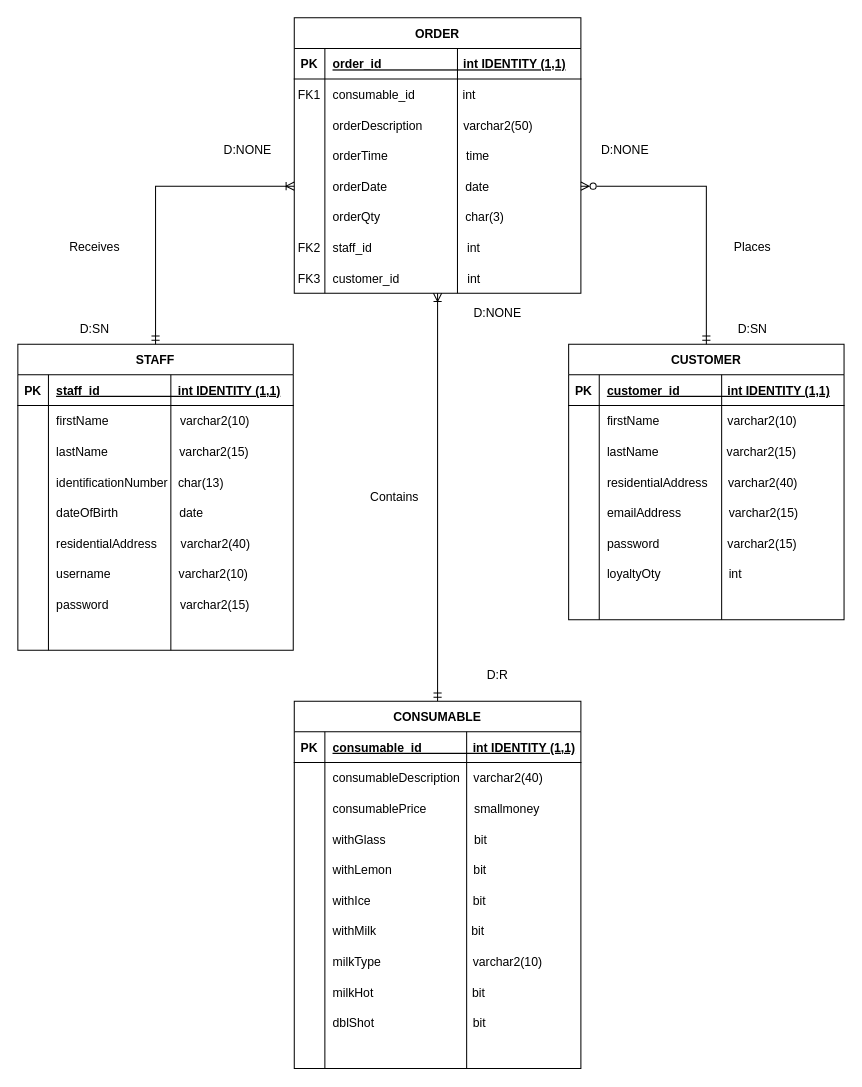
This is Physical_Data_Model.drawio from BeoVR6R/CMPG-223-Data-Model, a draw.io file, before an edit. Source tidied: cells renumbered, new cells numbered last; positions are measured from the earlier drawing's top-left corner, leaving out a move shared by most shapes. Both pictures are drawn from the tidied source at 102%, with x=0, y=0 at pixel (17, 17).
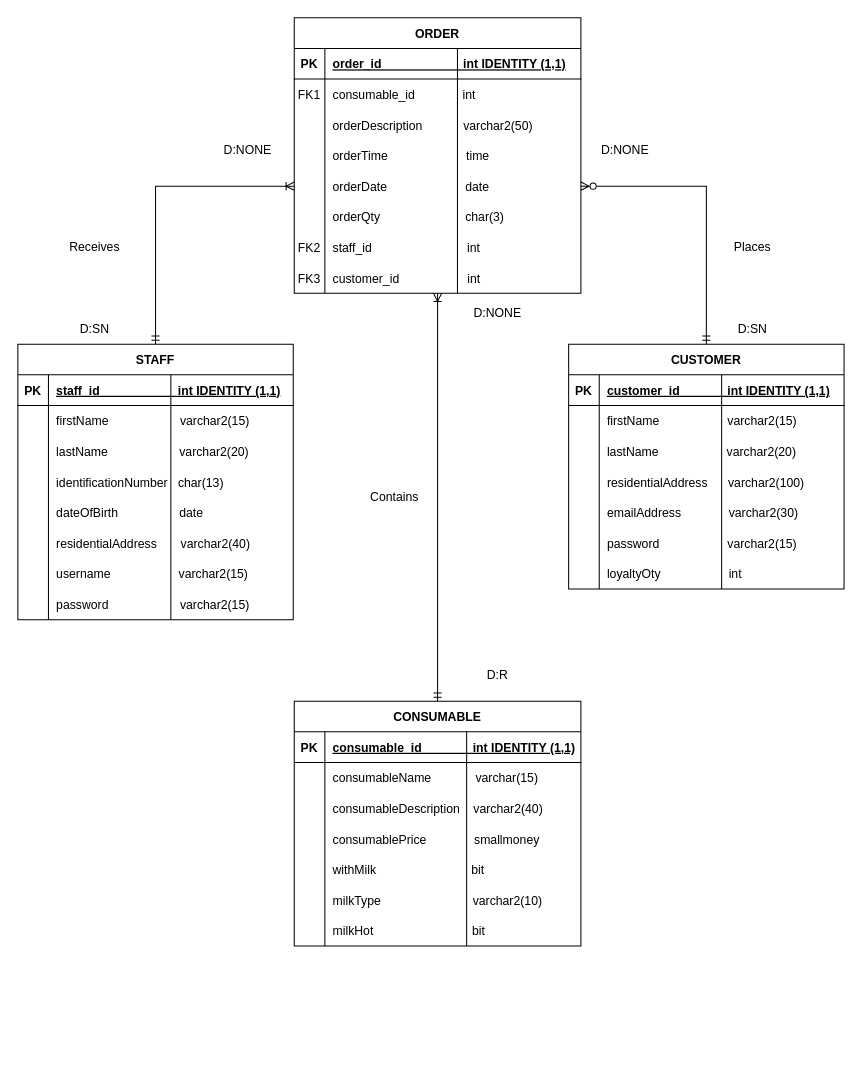
Above is the later version.

Unchanged cells that the change refers to:
```xml
<mxCell id="67" style="shape=partialRectangle;fillColor=none;top=0;left=0;right=0;bottom=0;" parent="63" vertex="1">
  <mxGeometry y="60" width="270" height="30" as="geometry" />
</mxCell>
<mxCell id="70" style="shape=partialRectangle;fillColor=none;top=0;left=0;right=0;bottom=0;" parent="63" vertex="1">
  <mxGeometry y="90" width="270" height="30" as="geometry" />
</mxCell>
<mxCell id="73" style="shape=partialRectangle;fillColor=none;top=0;left=0;right=0;bottom=0;" parent="63" vertex="1">
  <mxGeometry y="120" width="270" height="30" as="geometry" />
</mxCell>
<mxCell id="76" style="shape=partialRectangle;fillColor=none;top=0;left=0;right=0;bottom=0;" parent="63" vertex="1">
  <mxGeometry y="150" width="270" height="30" as="geometry" />
</mxCell>
<mxCell id="92" style="shape=partialRectangle;fillColor=none;top=0;left=0;right=0;bottom=0;" parent="88" vertex="1">
  <mxGeometry y="60" width="270" height="30" as="geometry" />
</mxCell>
<mxCell id="95" style="shape=partialRectangle;fillColor=none;top=0;left=0;right=0;bottom=0;" parent="88" vertex="1">
  <mxGeometry y="90" width="270" height="30" as="geometry" />
</mxCell>
<mxCell id="107" style="shape=partialRectangle;fillColor=none;top=0;left=0;right=0;bottom=0;" parent="88" vertex="1">
  <mxGeometry y="210" width="270" height="30" as="geometry" />
</mxCell>
```

What changed in the source:
```diff
@@
     <mxCell id="29" value="CONSUMABLE" style="shape=table;startSize=30;childLayout=tableLayout;rowLines=0;fontStyle=1;align=center;" parent="1" vertex="1">
-      <mxGeometry x="271" y="670" width="281" height="360" as="geometry" />
+      <mxGeometry x="271" y="670" width="281" height="240" as="geometry" />
     </mxCell>
@@
+    <mxCell id="57" style="shape=partialRectangle;fillColor=none;top=0;left=0;right=0;bottom=0;" parent="29" vertex="1">
+      <mxGeometry y="60" width="281" height="30" as="geometry" />
+    </mxCell>
+    <mxCell id="58" style="shape=partialRectangle;overflow=hidden;fillColor=none;top=0;left=0;bottom=0;right=0;" parent="57" vertex="1">
+      <mxGeometry width="30" height="30" as="geometry" />
+    </mxCell>
+    <mxCell id="59" value="consumableName             varchar(15)" style="shape=partialRectangle;overflow=hidden;fillColor=none;top=0;left=0;bottom=0;right=0;align=left;spacingLeft=6;" parent="57" vertex="1">
+      <mxGeometry x="30" width="251" height="30" as="geometry" />
+    </mxCell>
     <mxCell id="33" style="shape=partialRectangle;fillColor=none;top=0;left=0;right=0;bottom=0;" parent="29" vertex="1">
-      <mxGeometry y="60" width="281" height="30" as="geometry" />
+      <mxGeometry y="90" width="281" height="30" as="geometry" />
     </mxCell>
@@
     <mxCell id="36" style="shape=partialRectangle;fillColor=none;top=0;left=0;right=0;bottom=0;" parent="29" vertex="1">
-      <mxGeometry y="90" width="281" height="30" as="geometry" />
+      <mxGeometry y="120" width="281" height="30" as="geometry" />
     </mxCell>
@@
-    <mxCell id="39" style="shape=partialRectangle;fillColor=none;top=0;left=0;right=0;bottom=0;" parent="29" vertex="1">
-      <mxGeometry y="120" width="281" height="30" as="geometry" />
-    </mxCell>
-    <mxCell id="40" style="shape=partialRectangle;overflow=hidden;fillColor=none;top=0;left=0;bottom=0;right=0;" parent="39" vertex="1">
-      <mxGeometry width="30" height="30" as="geometry" />
-    </mxCell>
-    <mxCell id="41" value="withGlass                          bit" style="shape=partialRectangle;overflow=hidden;fillColor=none;top=0;left=0;bottom=0;right=0;align=left;spacingLeft=6;" parent="39" vertex="1">
-      <mxGeometry x="30" width="251" height="30" as="geometry" />
-    </mxCell>
-    <mxCell id="42" style="shape=partialRectangle;fillColor=none;top=0;left=0;right=0;bottom=0;" parent="29" vertex="1">
-      <mxGeometry y="150" width="281" height="30" as="geometry" />
-    </mxCell>
-    <mxCell id="43" style="shape=partialRectangle;overflow=hidden;fillColor=none;top=0;left=0;bottom=0;right=0;" parent="42" vertex="1">
-      <mxGeometry width="30" height="30" as="geometry" />
-    </mxCell>
-    <mxCell id="44" value="withLemon                        bit" style="shape=partialRectangle;overflow=hidden;fillColor=none;top=0;left=0;bottom=0;right=0;align=left;spacingLeft=6;" parent="42" vertex="1">
-      <mxGeometry x="30" width="251" height="30" as="geometry" />
-    </mxCell>
-    <mxCell id="45" style="shape=partialRectangle;fillColor=none;top=0;left=0;right=0;bottom=0;" parent="29" vertex="1">
-      <mxGeometry y="180" width="281" height="30" as="geometry" />
-    </mxCell>
-    <mxCell id="46" style="shape=partialRectangle;overflow=hidden;fillColor=none;top=0;left=0;bottom=0;right=0;" parent="45" vertex="1">
-      <mxGeometry width="30" height="30" as="geometry" />
-    </mxCell>
-    <mxCell id="47" value="withIce                              bit" style="shape=partialRectangle;overflow=hidden;fillColor=none;top=0;left=0;bottom=0;right=0;align=left;spacingLeft=6;" parent="45" vertex="1">
-      <mxGeometry x="30" width="251" height="30" as="geometry" />
-    </mxCell>
     <mxCell id="48" style="shape=partialRectangle;fillColor=none;top=0;left=0;right=0;bottom=0;" parent="29" vertex="1">
-      <mxGeometry y="210" width="281" height="30" as="geometry" />
+      <mxGeometry y="150" width="281" height="30" as="geometry" />
     </mxCell>
@@
     <mxCell id="51" style="shape=partialRectangle;fillColor=none;top=0;left=0;right=0;bottom=0;" parent="29" vertex="1">
-      <mxGeometry y="240" width="281" height="30" as="geometry" />
+      <mxGeometry y="180" width="281" height="30" as="geometry" />
     </mxCell>
@@
     <mxCell id="54" style="shape=partialRectangle;fillColor=none;top=0;left=0;right=0;bottom=0;" parent="29" vertex="1">
-      <mxGeometry y="270" width="281" height="30" as="geometry" />
+      <mxGeometry y="210" width="281" height="30" as="geometry" />
     </mxCell>
@@
-    <mxCell id="57" style="shape=partialRectangle;fillColor=none;top=0;left=0;right=0;bottom=0;" parent="29" vertex="1">
-      <mxGeometry y="300" width="281" height="30" as="geometry" />
-    </mxCell>
-    <mxCell id="58" style="shape=partialRectangle;overflow=hidden;fillColor=none;top=0;left=0;bottom=0;right=0;" parent="57" vertex="1">
-      <mxGeometry width="30" height="30" as="geometry" />
-    </mxCell>
-    <mxCell id="59" value="dblShot                             bit" style="shape=partialRectangle;overflow=hidden;fillColor=none;top=0;left=0;bottom=0;right=0;align=left;spacingLeft=6;" parent="57" vertex="1">
-      <mxGeometry x="30" width="251" height="30" as="geometry" />
-    </mxCell>
-    <mxCell id="60" style="shape=partialRectangle;fillColor=none;top=0;left=0;right=0;bottom=0;" parent="29" vertex="1">
-      <mxGeometry y="330" width="281" height="30" as="geometry" />
-    </mxCell>
-    <mxCell id="61" style="shape=partialRectangle;overflow=hidden;fillColor=none;top=0;left=0;bottom=0;right=0;" parent="60" vertex="1">
-      <mxGeometry width="30" height="30" as="geometry" />
-    </mxCell>
-    <mxCell id="62" style="shape=partialRectangle;overflow=hidden;fillColor=none;top=0;left=0;bottom=0;right=0;align=left;spacingLeft=6;" parent="60" vertex="1">
-      <mxGeometry x="30" width="251" height="30" as="geometry" />
-    </mxCell>
     <mxCell id="63" value="CUSTOMER" style="shape=table;startSize=30;childLayout=tableLayout;rowLines=0;fontStyle=1;align=center;" parent="1" vertex="1">
-      <mxGeometry x="540" y="320" width="270" height="270" as="geometry" />
+      <mxGeometry x="540" y="320" width="270" height="240" as="geometry" />
     </mxCell>
@@
-    <mxCell id="69" value="firstName                    varchar2(10)" style="shape=partialRectangle;overflow=hidden;fillColor=none;top=0;left=0;bottom=0;right=0;align=left;spacingLeft=6;" parent="67" vertex="1">
+    <mxCell id="69" value="firstName                    varchar2(15)" style="shape=partialRectangle;overflow=hidden;fillColor=none;top=0;left=0;bottom=0;right=0;align=left;spacingLeft=6;" parent="67" vertex="1">
       <mxGeometry x="30" width="240" height="30" as="geometry" />
     </mxCell>
@@
-    <mxCell id="72" value="lastName                    varchar2(15)" style="shape=partialRectangle;overflow=hidden;fillColor=none;top=0;left=0;bottom=0;right=0;align=left;spacingLeft=6;" parent="70" vertex="1">
+    <mxCell id="72" value="lastName                    varchar2(20)" style="shape=partialRectangle;overflow=hidden;fillColor=none;top=0;left=0;bottom=0;right=0;align=left;spacingLeft=6;" parent="70" vertex="1">
       <mxGeometry x="30" width="240" height="30" as="geometry" />
     </mxCell>
@@
-    <mxCell id="75" value="residentialAddress      varchar2(40)" style="shape=partialRectangle;overflow=hidden;fillColor=none;top=0;left=0;bottom=0;right=0;align=left;spacingLeft=6;" parent="73" vertex="1">
+    <mxCell id="75" value="residentialAddress      varchar2(100)" style="shape=partialRectangle;overflow=hidden;fillColor=none;top=0;left=0;bottom=0;right=0;align=left;spacingLeft=6;" parent="73" vertex="1">
       <mxGeometry x="30" width="240" height="30" as="geometry" />
     </mxCell>
@@
-    <mxCell id="78" value="emailAddress              varchar2(15)" style="shape=partialRectangle;overflow=hidden;fillColor=none;top=0;left=0;bottom=0;right=0;align=left;spacingLeft=6;" parent="76" vertex="1">
+    <mxCell id="78" value="emailAddress              varchar2(30)" style="shape=partialRectangle;overflow=hidden;fillColor=none;top=0;left=0;bottom=0;right=0;align=left;spacingLeft=6;" parent="76" vertex="1">
       <mxGeometry x="30" width="240" height="30" as="geometry" />
     </mxCell>
@@
-    <mxCell id="85" style="shape=partialRectangle;fillColor=none;top=0;left=0;right=0;bottom=0;" parent="63" vertex="1">
-      <mxGeometry y="240" width="270" height="30" as="geometry" />
-    </mxCell>
-    <mxCell id="86" style="shape=partialRectangle;overflow=hidden;fillColor=none;top=0;left=0;bottom=0;right=0;" parent="85" vertex="1">
-      <mxGeometry width="30" height="30" as="geometry" />
-    </mxCell>
-    <mxCell id="87" style="shape=partialRectangle;overflow=hidden;fillColor=none;top=0;left=0;bottom=0;right=0;align=left;spacingLeft=6;" parent="85" vertex="1">
-      <mxGeometry x="30" width="240" height="30" as="geometry" />
-    </mxCell>
     <mxCell id="88" value="STAFF" style="shape=table;startSize=30;childLayout=tableLayout;rowLines=0;fontStyle=1;align=center;" parent="1" vertex="1">
-      <mxGeometry y="320" width="270" height="300" as="geometry" />
+      <mxGeometry y="320" width="270" height="270" as="geometry" />
     </mxCell>
@@
-    <mxCell id="94" value="firstName                     varchar2(10)" style="shape=partialRectangle;overflow=hidden;fillColor=none;top=0;left=0;bottom=0;right=0;align=left;spacingLeft=6;" parent="92" vertex="1">
+    <mxCell id="94" value="firstName                     varchar2(15)" style="shape=partialRectangle;overflow=hidden;fillColor=none;top=0;left=0;bottom=0;right=0;align=left;spacingLeft=6;" parent="92" vertex="1">
       <mxGeometry x="30" width="240" height="30" as="geometry" />
     </mxCell>
@@
-    <mxCell id="97" value="lastName                     varchar2(15)" style="shape=partialRectangle;overflow=hidden;fillColor=none;top=0;left=0;bottom=0;right=0;align=left;spacingLeft=6;" parent="95" vertex="1">
+    <mxCell id="97" value="lastName                     varchar2(20)" style="shape=partialRectangle;overflow=hidden;fillColor=none;top=0;left=0;bottom=0;right=0;align=left;spacingLeft=6;" parent="95" vertex="1">
       <mxGeometry x="30" width="240" height="30" as="geometry" />
     </mxCell>
@@
-    <mxCell id="109" value="username                    varchar2(10)" style="shape=partialRectangle;overflow=hidden;fillColor=none;top=0;left=0;bottom=0;right=0;align=left;spacingLeft=6;" parent="107" vertex="1">
+    <mxCell id="109" value="username                    varchar2(15)" style="shape=partialRectangle;overflow=hidden;fillColor=none;top=0;left=0;bottom=0;right=0;align=left;spacingLeft=6;" parent="107" vertex="1">
       <mxGeometry x="30" width="240" height="30" as="geometry" />
     </mxCell>
@@
-    <mxCell id="113" style="shape=partialRectangle;fillColor=none;top=0;left=0;right=0;bottom=0;" parent="88" vertex="1">
-      <mxGeometry y="270" width="270" height="30" as="geometry" />
-    </mxCell>
-    <mxCell id="114" style="shape=partialRectangle;overflow=hidden;fillColor=none;top=0;left=0;bottom=0;right=0;" parent="113" vertex="1">
-      <mxGeometry width="30" height="30" as="geometry" />
-    </mxCell>
-    <mxCell id="115" style="shape=partialRectangle;overflow=hidden;fillColor=none;top=0;left=0;bottom=0;right=0;align=left;spacingLeft=6;" parent="113" vertex="1">
-      <mxGeometry x="30" width="240" height="30" as="geometry" />
-    </mxCell>
@@
     <mxCell id="118" style="endArrow=none;html=1;rounded=0;" parent="1" edge="1">
       <mxGeometry relative="1" as="geometry">
-        <mxPoint x="150" y="620" as="sourcePoint" />
+        <mxPoint x="150" y="590" as="sourcePoint" />
         <mxPoint x="150" y="350" as="targetPoint" />
       </mxGeometry>
     </mxCell>
     <mxCell id="119" style="endArrow=none;html=1;rounded=0;" parent="1" edge="1">
       <mxGeometry relative="1" as="geometry">
-        <mxPoint x="690" y="590" as="sourcePoint" />
+        <mxPoint x="690" y="560" as="sourcePoint" />
         <mxPoint x="690" y="350" as="targetPoint" />
       </mxGeometry>
     </mxCell>
     <mxCell id="120" style="endArrow=none;html=1;rounded=0;" parent="1" edge="1">
       <mxGeometry relative="1" as="geometry">
-        <mxPoint x="440" y="1030" as="sourcePoint" />
+        <mxPoint x="440" y="910" as="sourcePoint" />
         <mxPoint x="440" y="700" as="targetPoint" />
       </mxGeometry>
     </mxCell>
```
